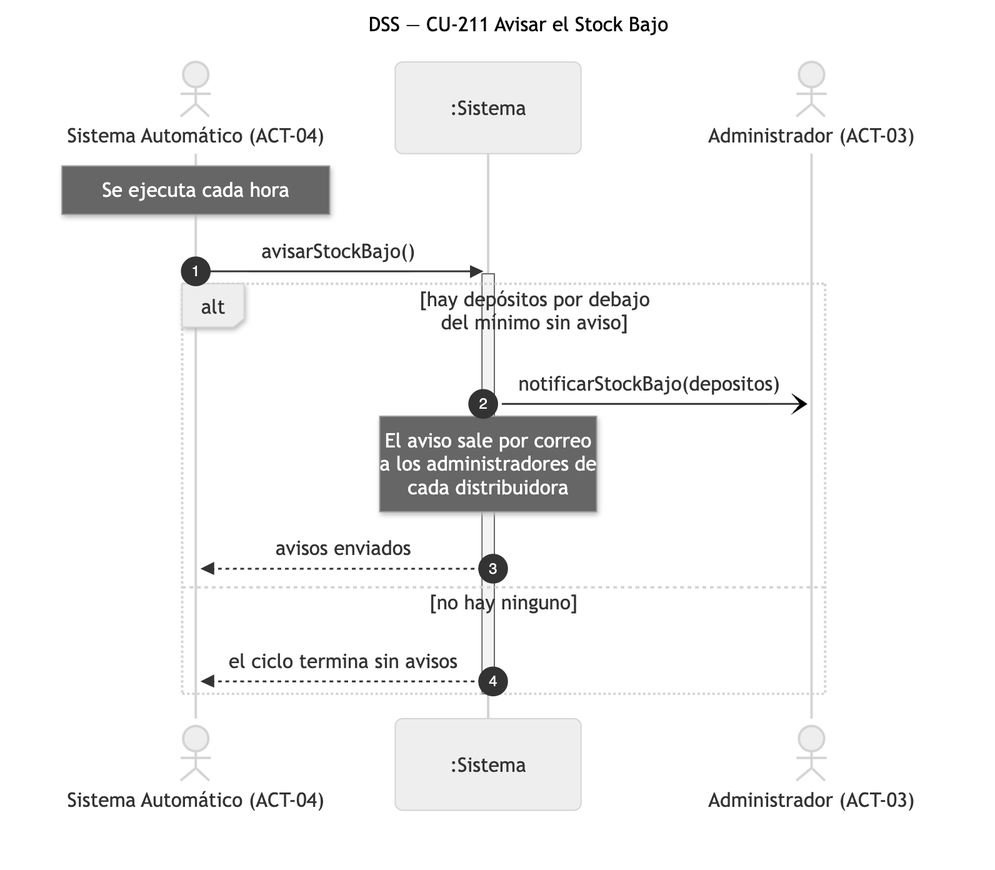
This is diagramas/png/DSS_CU-211_Avisar-el-Stock-Bajo.png from Nahuelito-Dev/splg-docs, a Mermaid export, as it was before one commit. Its source is kept beside it as diagramas/DSS_CU-211_Avisar-el-Stock-Bajo.mmd. The source it was exported from:
```mermaid
sequenceDiagram
    title DSS — CU-211 Avisar el Stock Bajo
    autonumber
    actor SAU as Sistema Automático (ACT-04)
    participant SIS as :Sistema
    actor ADM as Administrador (ACT-03)

    Note over SAU: Se ejecuta cada hora
    SAU->>SIS: avisarStockBajo()
    activate SIS
    alt hay depósitos por debajo del mínimo sin aviso
        SIS-)ADM: notificarStockBajo(depositos)
        Note over SIS: El aviso sale por correo<br/>a los administradores de<br/>cada distribuidora
        SIS-->>SAU: avisos enviados
    else no hay ninguno
        SIS-->>SAU: el ciclo termina sin avisos
    end
    deactivate SIS
```
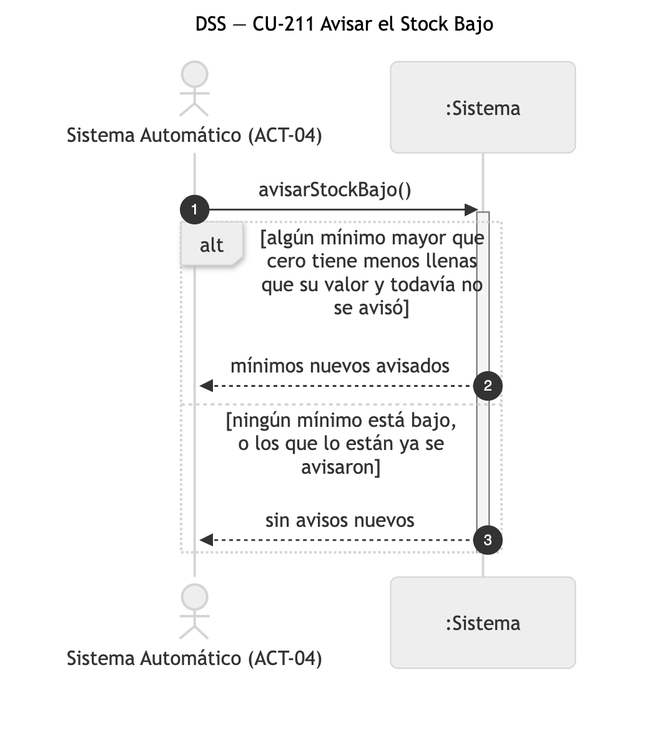
Later version of the same file.

Diff of the diagram source:
```diff
@@ -3,16 +3,12 @@
     autonumber
     actor SAU as Sistema Automático (ACT-04)
     participant SIS as :Sistema
-    actor ADM as Administrador (ACT-03)
 
-    Note over SAU: Se ejecuta cada hora
     SAU->>SIS: avisarStockBajo()
     activate SIS
-    alt hay depósitos por debajo del mínimo sin aviso
-        SIS-)ADM: notificarStockBajo(depositos)
-        Note over SIS: El aviso sale por correo<br/>a los administradores de<br/>cada distribuidora
-        SIS-->>SAU: avisos enviados
-    else no hay ninguno
-        SIS-->>SAU: el ciclo termina sin avisos
+    alt algún mínimo mayor que cero tiene menos llenas que su valor y todavía no se avisó
+        SIS-->>SAU: mínimos nuevos avisados
+    else ningún mínimo está bajo, o los que lo están ya se avisaron
+        SIS-->>SAU: sin avisos nuevos
     end
     deactivate SIS
```
